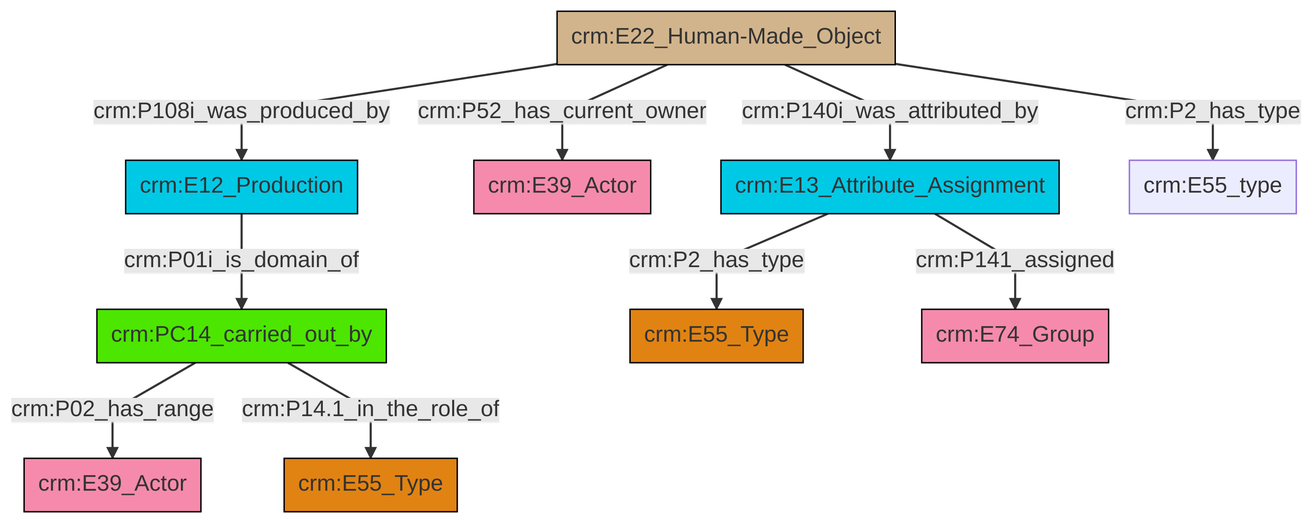
The Mermaid diagram et/builtWorkCSV/ttl/mmd/png/Built_Work_actor_relations.png in swiss-art-research-net/docs.swissartresearch, before a commit. Its source is kept beside it as et/builtWorkCSV/ttl/mmd/Built_Work_actor_relations.ttl.mmd.
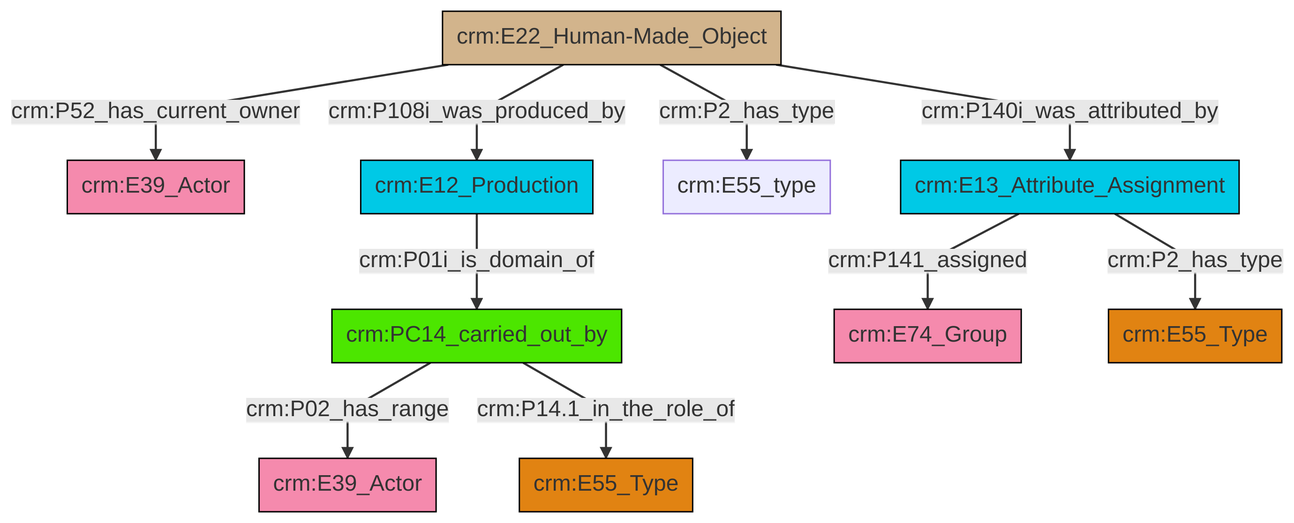
The same file after the commit.

Diff of the diagram source:
```diff
@@ -13,12 +13,12 @@
 classDef PC_Classes fill:#4ce600, stroke:#000000;
 classDef Multi fill:#cccccc,stroke:#000000;
 
-0["crm:E22_Human-Made_Object"]:::Physical_Thing -->|crm:P140i_was_attributed_by| 1["crm:E13_Attribute_Assignment"]:::Temporal_Entity
-10["crm:PC14_carried_out_by"]:::PC_Classes -->|crm:P02_has_range| 11["crm:E39_Actor"]:::Actor
-10["crm:PC14_carried_out_by"]:::PC_Classes -->|crm:P14.1_in_the_role_of| 2["crm:E55_Type"]:::Type
-1["crm:E13_Attribute_Assignment"]:::Temporal_Entity -->|crm:P2_has_type| 13["crm:E55_Type"]:::Type
-0["crm:E22_Human-Made_Object"]:::Physical_Thing -->|crm:P2_has_type| 8["crm:E55_type"]:::Default
-6["crm:E12_Production"]:::Temporal_Entity -->|crm:P01i_is_domain_of| 10["crm:PC14_carried_out_by"]:::PC_Classes
-0["crm:E22_Human-Made_Object"]:::Physical_Thing -->|crm:P108i_was_produced_by| 6["crm:E12_Production"]:::Temporal_Entity
-0["crm:E22_Human-Made_Object"]:::Physical_Thing -->|crm:P52_has_current_owner| 4["crm:E39_Actor"]:::Actor
-1["crm:E13_Attribute_Assignment"]:::Temporal_Entity -->|crm:P141_assigned| 17["crm:E74_Group"]:::Actor
+2["crm:E12_Production"]:::Temporal_Entity -->|crm:P01i_is_domain_of| 3["crm:PC14_carried_out_by"]:::PC_Classes
+3["crm:PC14_carried_out_by"]:::PC_Classes -->|crm:P02_has_range| 6["crm:E39_Actor"]:::Actor
+9["crm:E13_Attribute_Assignment"]:::Temporal_Entity -->|crm:P141_assigned| 10["crm:E74_Group"]:::Actor
+4["crm:E22_Human-Made_Object"]:::Physical_Thing -->|crm:P52_has_current_owner| 0["crm:E39_Actor"]:::Actor
+4["crm:E22_Human-Made_Object"]:::Physical_Thing -->|crm:P140i_was_attributed_by| 9["crm:E13_Attribute_Assignment"]:::Temporal_Entity
+4["crm:E22_Human-Made_Object"]:::Physical_Thing -->|crm:P2_has_type| 7["crm:E55_type"]:::Default
+3["crm:PC14_carried_out_by"]:::PC_Classes -->|crm:P14.1_in_the_role_of| 18["crm:E55_Type"]:::Type
+4["crm:E22_Human-Made_Object"]:::Physical_Thing -->|crm:P108i_was_produced_by| 2["crm:E12_Production"]:::Temporal_Entity
+9["crm:E13_Attribute_Assignment"]:::Temporal_Entity -->|crm:P2_has_type| 11["crm:E55_Type"]:::Type
```
